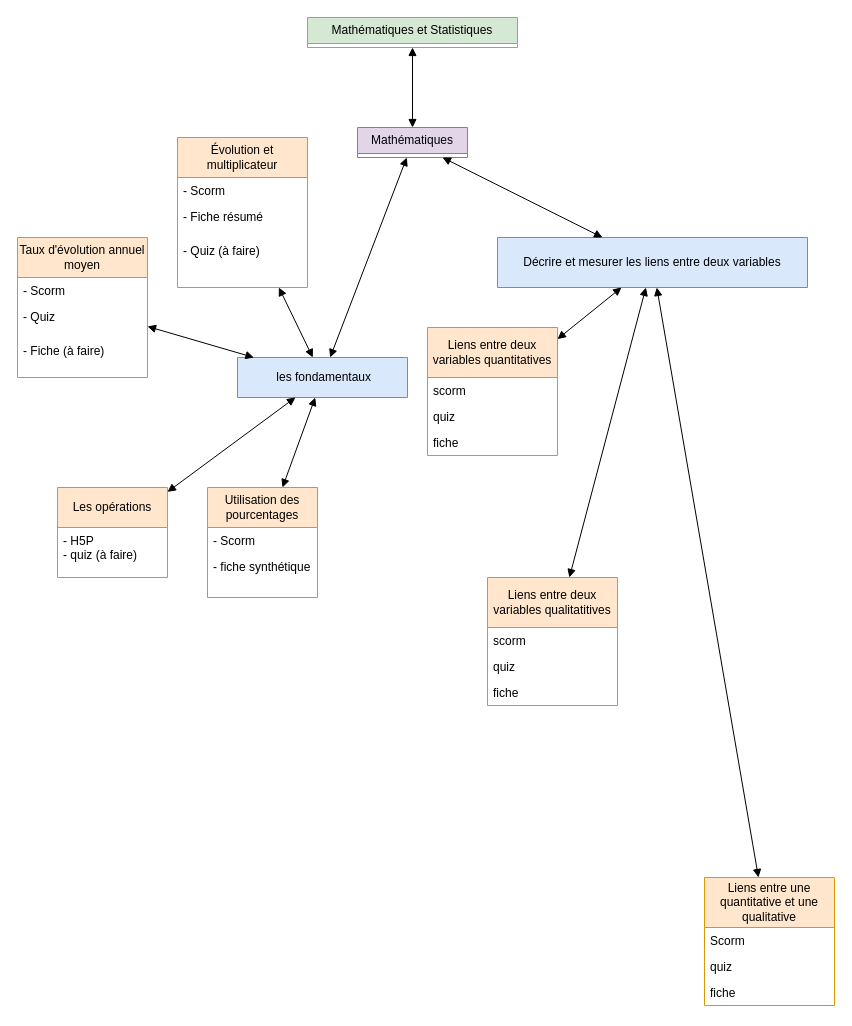
Earlier version of the draw.io diagram Mathématiques.drawio (jean-seb-2106/pythontest). Source tidied: cells renumbered, new cells numbered last; positions are measured from the earlier drawing's top-left corner, leaving out a move shared by most shapes. Both pictures are drawn from the tidied source at 100%, with x=0, y=0 at pixel (17, 17).
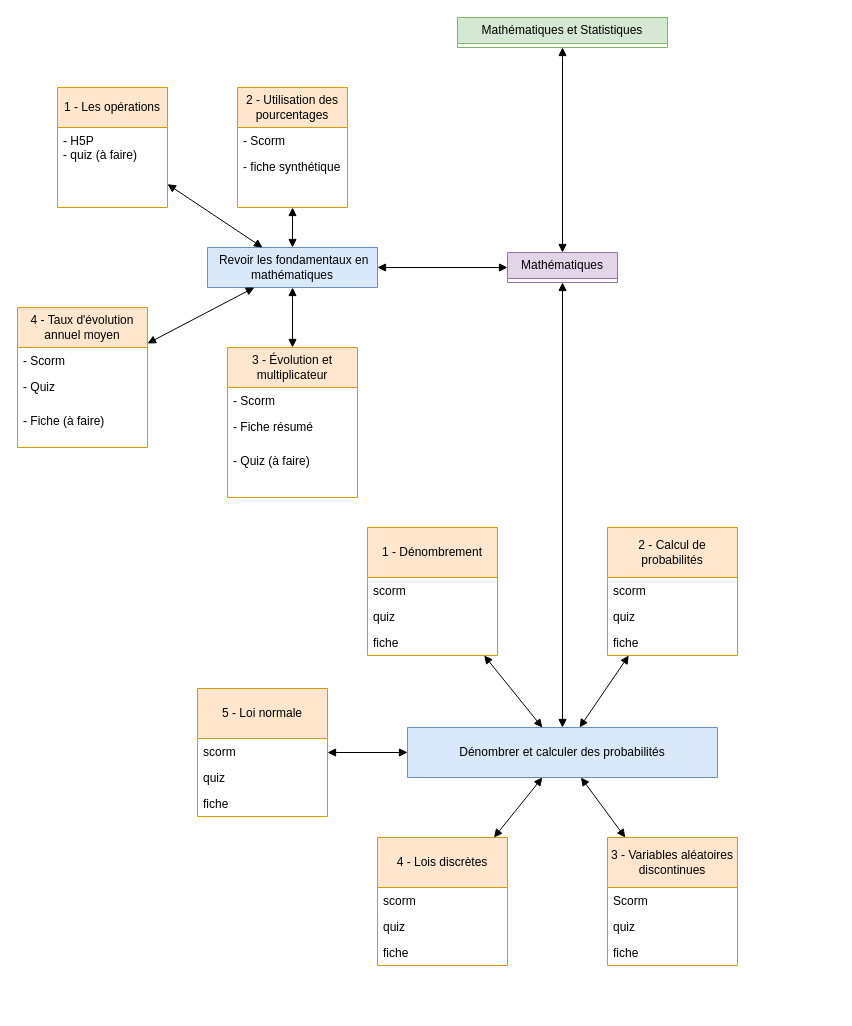
The same diagram, later.

Commit message (it also covers changes not shown here):
Mettre à jour Mathématiques.drawio

Change to the diagram source:
```diff
@@
     <mxCell id="2" value="Mathématiques" style="swimlane;fontStyle=0;horizontal=1;startSize=26;fillColor=#e1d5e7;whiteSpace=wrap;html=1;strokeColor=#9673a6;" parent="1" vertex="1" collapsed="1">
-      <mxGeometry x="340" y="110" width="110" height="30" as="geometry" />
+      <mxGeometry x="490" y="235" width="110" height="30" as="geometry" />
     </mxCell>
@@
     <mxCell id="4" value="Mathématiques et Statistiques" style="swimlane;fontStyle=0;horizontal=1;startSize=26;fillColor=#d5e8d4;whiteSpace=wrap;html=1;strokeColor=#82b366;" parent="1" vertex="1" collapsed="1">
-      <mxGeometry x="290" width="210" height="30" as="geometry" />
+      <mxGeometry x="440" width="210" height="30" as="geometry" />
     </mxCell>
-    <mxCell id="5" value="&amp;nbsp;les fondamentaux" style="swimlane;fontStyle=0;horizontal=1;startSize=40;fillColor=#dae8fc;whiteSpace=wrap;html=1;strokeColor=#6c8ebf;" parent="1" vertex="1" collapsed="1">
-      <mxGeometry x="220" y="340" width="170" height="40" as="geometry" />
+    <mxCell id="5" value="&amp;nbsp;Revoir les fondamentaux en mathématiques" style="swimlane;fontStyle=0;horizontal=1;startSize=40;fillColor=#dae8fc;whiteSpace=wrap;html=1;strokeColor=#6c8ebf;" parent="1" vertex="1" collapsed="1">
+      <mxGeometry x="190" y="230" width="170" height="40" as="geometry" />
     </mxCell>
@@
-    <mxCell id="7" value="Décrire et mesurer les liens entre deux variables" style="swimlane;fontStyle=0;horizontal=1;startSize=50;fillColor=#dae8fc;whiteSpace=wrap;html=1;strokeColor=#6c8ebf;" parent="1" vertex="1" collapsed="1">
-      <mxGeometry x="480" y="220" width="310" height="50" as="geometry" />
+    <mxCell id="7" value="Dénombrer et calculer des probabilités" style="swimlane;fontStyle=0;horizontal=1;startSize=50;fillColor=#dae8fc;whiteSpace=wrap;html=1;strokeColor=#6c8ebf;" parent="1" vertex="1" collapsed="1">
+      <mxGeometry x="390" y="710" width="310" height="50" as="geometry" />
     </mxCell>
@@
-    <mxCell id="12" value="Les opérations" style="swimlane;fontStyle=0;horizontal=1;startSize=40;fillColor=#ffe6cc;whiteSpace=wrap;html=1;strokeColor=#d79b00;" parent="1" vertex="1">
-      <mxGeometry x="40" y="470" width="110" height="90" as="geometry" />
+    <mxCell id="12" value="1 - Les opérations" style="swimlane;fontStyle=0;horizontal=1;startSize=40;fillColor=#ffe6cc;whiteSpace=wrap;html=1;strokeColor=#d79b00;" parent="1" vertex="1">
+      <mxGeometry x="40" y="70" width="110" height="120" as="geometry" />
     </mxCell>
     <mxCell id="13" value="&lt;div&gt;- H5P&lt;/div&gt;&lt;div&gt;- quiz (à faire)&lt;br&gt;&lt;/div&gt;" style="text;strokeColor=none;fillColor=none;align=left;verticalAlign=top;spacingLeft=4;spacingRight=4;overflow=hidden;whiteSpace=wrap;html=1;" parent="12" vertex="1">
-      <mxGeometry y="40" width="110" height="50" as="geometry" />
+      <mxGeometry y="40" width="110" height="80" as="geometry" />
     </mxCell>
-    <mxCell id="14" value="Évolution et multiplicateur" style="swimlane;fontStyle=0;horizontal=1;startSize=40;fillColor=#ffe6cc;whiteSpace=wrap;html=1;strokeColor=#d79b00;" parent="1" vertex="1">
-      <mxGeometry x="160" y="120" width="130" height="150" as="geometry" />
+    <mxCell id="14" value="3 - Évolution et multiplicateur" style="swimlane;fontStyle=0;horizontal=1;startSize=40;fillColor=#ffe6cc;whiteSpace=wrap;html=1;strokeColor=#d79b00;" parent="1" vertex="1">
+      <mxGeometry x="210" y="330" width="130" height="150" as="geometry" />
     </mxCell>
@@
-    <mxCell id="18" value="Utilisation des pourcentages" style="swimlane;fontStyle=0;horizontal=1;startSize=40;fillColor=#ffe6cc;whiteSpace=wrap;html=1;strokeColor=#d79b00;" parent="1" vertex="1">
-      <mxGeometry x="190" y="470" width="110" height="110" as="geometry" />
+    <mxCell id="18" value="2 - Utilisation des pourcentages" style="swimlane;fontStyle=0;horizontal=1;startSize=40;fillColor=#ffe6cc;whiteSpace=wrap;html=1;strokeColor=#d79b00;" parent="1" vertex="1">
+      <mxGeometry x="220" y="70" width="110" height="120" as="geometry" />
     </mxCell>
@@
     <mxCell id="20" value="- fiche synthétique" style="text;strokeColor=none;fillColor=none;align=left;verticalAlign=top;spacingLeft=4;spacingRight=4;overflow=hidden;whiteSpace=wrap;html=1;" parent="18" vertex="1">
-      <mxGeometry y="66" width="110" height="44" as="geometry" />
+      <mxGeometry y="66" width="110" height="54" as="geometry" />
     </mxCell>
-    <mxCell id="21" value="Liens entre deux variables quantitatives" style="swimlane;fontStyle=0;horizontal=1;startSize=50;fillColor=#ffe6cc;whiteSpace=wrap;html=1;strokeColor=#d79b00;" parent="1" vertex="1">
-      <mxGeometry x="410" y="310" width="130" height="128" as="geometry" />
+    <mxCell id="21" value="2 - Calcul de probabilités" style="swimlane;fontStyle=0;horizontal=1;startSize=50;fillColor=#ffe6cc;whiteSpace=wrap;html=1;strokeColor=#d79b00;" parent="1" vertex="1">
+      <mxGeometry x="590" y="510" width="130" height="128" as="geometry" />
     </mxCell>
@@
-    <mxCell id="25" value="Liens entre deux variables qualitatitives" style="swimlane;fontStyle=0;horizontal=1;startSize=50;fillColor=#ffe6cc;whiteSpace=wrap;html=1;strokeColor=#d79b00;" parent="1" vertex="1">
-      <mxGeometry x="470" y="560" width="130" height="128" as="geometry" />
+    <mxCell id="25" value="4 - Lois discrètes" style="swimlane;fontStyle=0;horizontal=1;startSize=50;fillColor=#ffe6cc;whiteSpace=wrap;html=1;strokeColor=#d79b00;" parent="1" vertex="1">
+      <mxGeometry x="360" y="820" width="130" height="128" as="geometry" />
     </mxCell>
@@
-    <mxCell id="29" value="Liens entre une quantitative et une qualitative" style="swimlane;fontStyle=0;horizontal=1;startSize=50;fillColor=#ffe6cc;whiteSpace=wrap;html=1;strokeColor=#d79b00;" parent="1" vertex="1">
-      <mxGeometry x="687" y="860" width="130" height="128" as="geometry" />
+    <mxCell id="29" value="3 - Variables aléatoires discontinues" style="swimlane;fontStyle=0;horizontal=1;startSize=50;fillColor=#ffe6cc;whiteSpace=wrap;html=1;strokeColor=#d79b00;" parent="1" vertex="1">
+      <mxGeometry x="590" y="820" width="130" height="128" as="geometry" />
     </mxCell>
@@
-    <mxCell id="36" value="Taux d'évolution annuel moyen" style="swimlane;fontStyle=0;horizontal=1;startSize=40;fillColor=#ffe6cc;whiteSpace=wrap;html=1;strokeColor=#d79b00;" parent="1" vertex="1">
-      <mxGeometry y="220" width="130" height="140" as="geometry" />
+    <mxCell id="36" value="4 - Taux d'évolution annuel moyen" style="swimlane;fontStyle=0;horizontal=1;startSize=40;fillColor=#ffe6cc;whiteSpace=wrap;html=1;strokeColor=#d79b00;" parent="1" vertex="1">
+      <mxGeometry y="290" width="130" height="140" as="geometry" />
     </mxCell>
@@
+    <mxCell id="41" value="1 - Dénombrement" style="swimlane;fontStyle=0;horizontal=1;startSize=50;fillColor=#ffe6cc;whiteSpace=wrap;html=1;strokeColor=#d79b00;" parent="1" vertex="1">
+      <mxGeometry x="350" y="510" width="130" height="128" as="geometry" />
+    </mxCell>
+    <mxCell id="42" value="scorm" style="text;strokeColor=none;fillColor=none;align=left;verticalAlign=top;spacingLeft=4;spacingRight=4;overflow=hidden;whiteSpace=wrap;html=1;" parent="41" vertex="1">
+      <mxGeometry y="50" width="130" height="26" as="geometry" />
+    </mxCell>
+    <mxCell id="43" value="quiz" style="text;strokeColor=none;fillColor=none;align=left;verticalAlign=top;spacingLeft=4;spacingRight=4;overflow=hidden;whiteSpace=wrap;html=1;" parent="41" vertex="1">
+      <mxGeometry y="76" width="130" height="26" as="geometry" />
+    </mxCell>
+    <mxCell id="44" value="fiche" style="text;strokeColor=none;fillColor=none;align=left;verticalAlign=top;spacingLeft=4;spacingRight=4;overflow=hidden;whiteSpace=wrap;html=1;" parent="41" vertex="1">
+      <mxGeometry y="102" width="130" height="26" as="geometry" />
+    </mxCell>
+    <mxCell id="45" value="5 - Loi normale" style="swimlane;fontStyle=0;horizontal=1;startSize=50;fillColor=#ffe6cc;whiteSpace=wrap;html=1;strokeColor=#d79b00;" parent="1" vertex="1">
+      <mxGeometry x="180" y="671" width="130" height="128" as="geometry" />
+    </mxCell>
+    <mxCell id="46" value="scorm" style="text;strokeColor=none;fillColor=none;align=left;verticalAlign=top;spacingLeft=4;spacingRight=4;overflow=hidden;whiteSpace=wrap;html=1;" parent="45" vertex="1">
+      <mxGeometry y="50" width="130" height="26" as="geometry" />
+    </mxCell>
+    <mxCell id="47" value="quiz" style="text;strokeColor=none;fillColor=none;align=left;verticalAlign=top;spacingLeft=4;spacingRight=4;overflow=hidden;whiteSpace=wrap;html=1;" parent="45" vertex="1">
+      <mxGeometry y="76" width="130" height="26" as="geometry" />
+    </mxCell>
+    <mxCell id="48" value="fiche" style="text;strokeColor=none;fillColor=none;align=left;verticalAlign=top;spacingLeft=4;spacingRight=4;overflow=hidden;whiteSpace=wrap;html=1;" parent="45" vertex="1">
+      <mxGeometry y="102" width="130" height="26" as="geometry" />
+    </mxCell>
+    <mxCell id="49" style="endArrow=block;startArrow=block;endFill=1;startFill=1;html=1;rounded=0;" parent="1" edge="1" source="45" target="7">
+      <mxGeometry relative="1" as="geometry" />
+    </mxCell>
+    <mxCell id="50" style="endArrow=block;startArrow=block;endFill=1;startFill=1;html=1;rounded=0;" parent="1" edge="1" source="41" target="7">
+      <mxGeometry relative="1" as="geometry" />
+    </mxCell>
```
